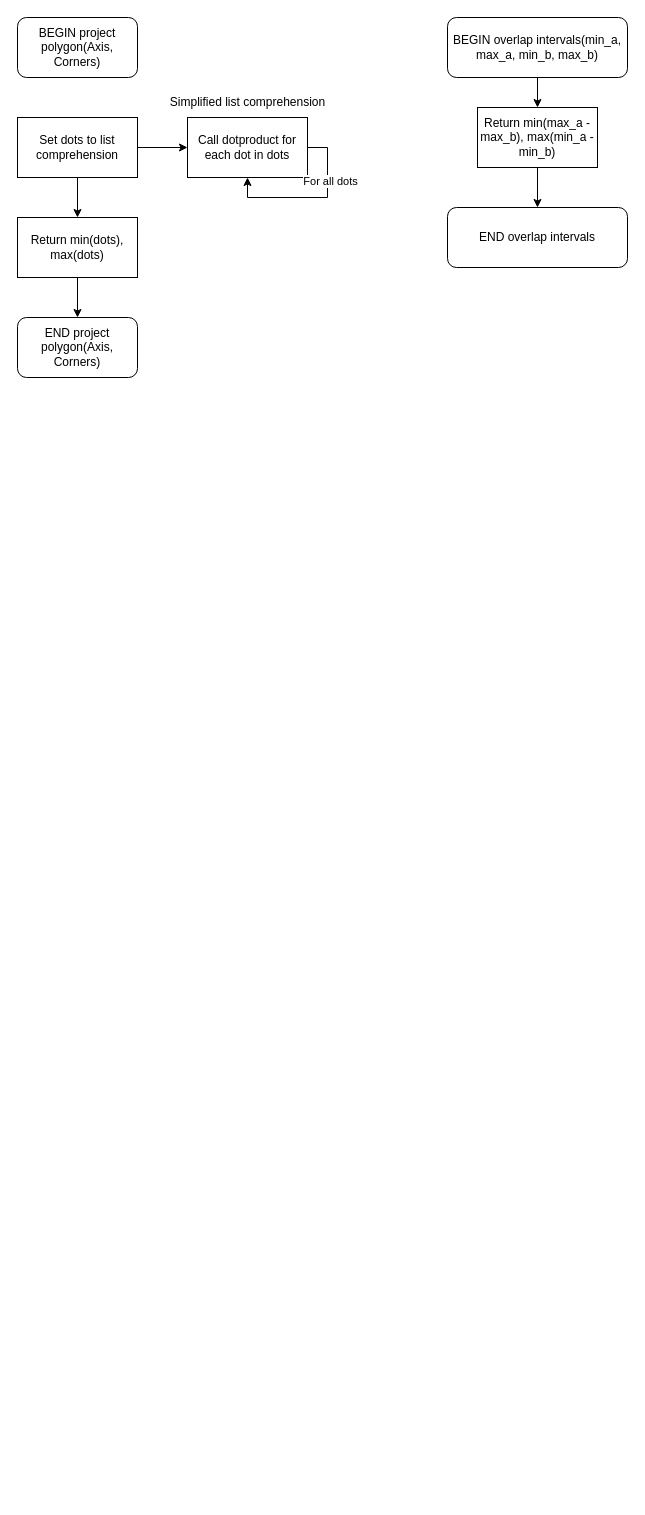
Before: sat.drawio in sub-arctic/software-task-1, a draw.io diagram. Source tidied: cells renumbered, new cells numbered last; positions are measured from the earlier drawing's top-left corner, leaving out a move shared by most shapes. Both pictures are drawn from the tidied source at 100%, with x=0, y=0 at pixel (17, 17).
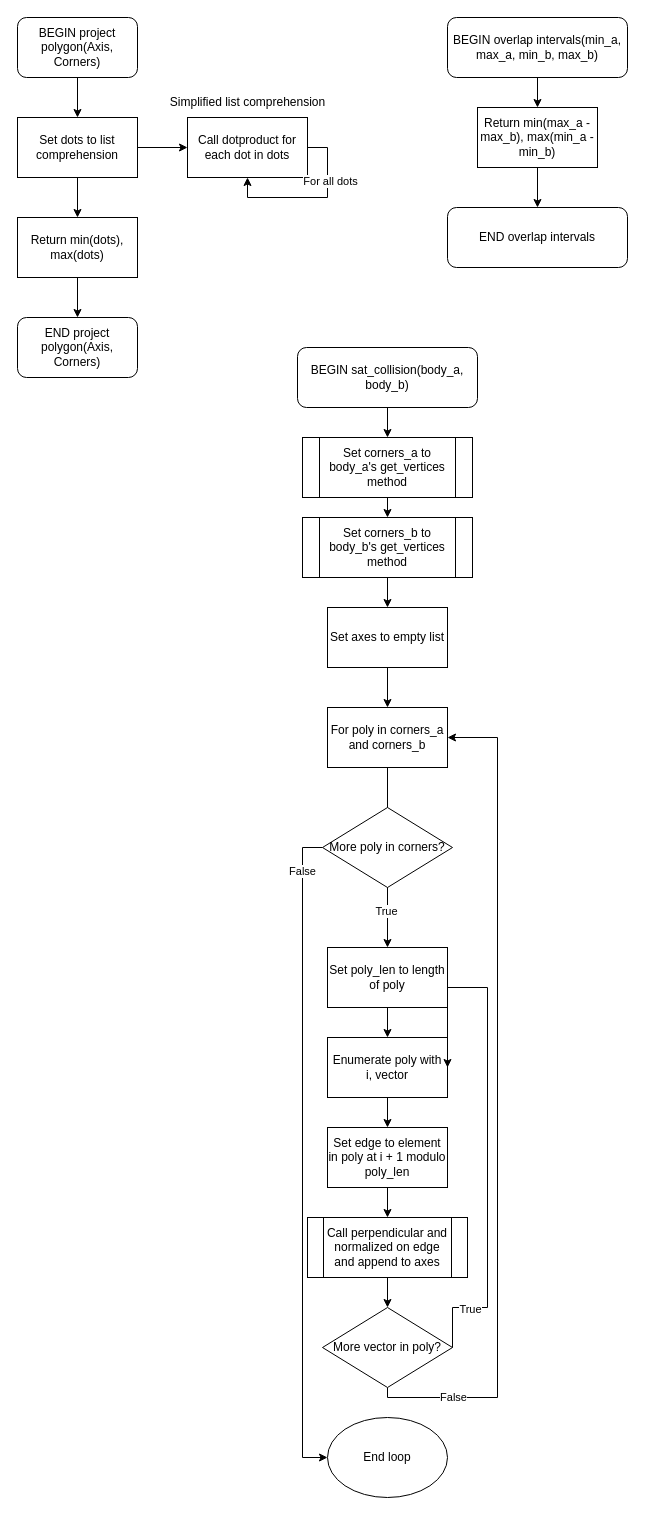
After the change.

The change refers to these unchanged cells:
```xml
<mxCell id="2" value="BEGIN project polygon(Axis, Corners)" style="rounded=1;whiteSpace=wrap;html=1;" parent="1" vertex="1">
  <mxGeometry width="120" height="60" as="geometry" />
</mxCell>
<mxCell id="5" value="Set dots to list comprehension" style="rounded=0;whiteSpace=wrap;html=1;" parent="1" vertex="1">
  <mxGeometry y="100" width="120" height="60" as="geometry" />
</mxCell>
```

The edit, as a diff of the source:
```diff
@@
+    <mxCell id="18" style="edgeStyle=orthogonalEdgeStyle;rounded=0;jettySize=auto;html=1;exitX=0.5;exitY=1;exitDx=0;exitDy=0;entryX=0.5;entryY=0;entryDx=0;entryDy=0;" parent="1" edge="1" source="2" target="5">
+      <mxGeometry relative="1" as="geometry" />
+    </mxCell>
@@
+    <mxCell id="19" style="edgeStyle=orthogonalEdgeStyle;rounded=0;jettySize=auto;html=1;exitX=0.5;exitY=1;exitDx=0;exitDy=0;entryX=0.5;entryY=0;entryDx=0;entryDy=0;" parent="1" edge="1" source="20" target="22">
+      <mxGeometry relative="1" as="geometry" />
+    </mxCell>
+    <mxCell id="20" value="BEGIN sat_collision(body_a, body_b)" style="rounded=1;whiteSpace=wrap;html=1;" parent="1" vertex="1">
+      <mxGeometry x="280" y="330" width="180" height="60" as="geometry" />
+    </mxCell>
+    <mxCell id="21" style="edgeStyle=orthogonalEdgeStyle;rounded=0;jettySize=auto;html=1;exitX=0.5;exitY=1;exitDx=0;exitDy=0;entryX=0.5;entryY=0;entryDx=0;entryDy=0;" parent="1" edge="1" source="22" target="24">
+      <mxGeometry relative="1" as="geometry" />
+    </mxCell>
+    <mxCell id="22" value="Set corners_a to body_a's get_vertices method" style="shape=process;whiteSpace=wrap;html=1;backgroundOutline=1;" parent="1" vertex="1">
+      <mxGeometry x="285" y="420" width="170" height="60" as="geometry" />
+    </mxCell>
+    <mxCell id="23" style="edgeStyle=orthogonalEdgeStyle;rounded=0;jettySize=auto;html=1;exitX=0.5;exitY=1;exitDx=0;exitDy=0;entryX=0.5;entryY=0;entryDx=0;entryDy=0;" parent="1" edge="1" source="24" target="26">
+      <mxGeometry relative="1" as="geometry" />
+    </mxCell>
+    <mxCell id="24" value="Set corners_b to body_b's get_vertices method" style="shape=process;whiteSpace=wrap;html=1;backgroundOutline=1;" parent="1" vertex="1">
+      <mxGeometry x="285" y="500" width="170" height="60" as="geometry" />
+    </mxCell>
+    <mxCell id="25" style="edgeStyle=orthogonalEdgeStyle;rounded=0;jettySize=auto;html=1;exitX=0.5;exitY=1;exitDx=0;exitDy=0;entryX=0.5;entryY=0;entryDx=0;entryDy=0;" parent="1" edge="1" source="26" target="29">
+      <mxGeometry relative="1" as="geometry" />
+    </mxCell>
+    <mxCell id="26" value="Set axes to empty list" style="rounded=0;whiteSpace=wrap;html=1;" parent="1" vertex="1">
+      <mxGeometry x="310" y="590" width="120" height="60" as="geometry" />
+    </mxCell>
+    <mxCell id="27" style="edgeStyle=orthogonalEdgeStyle;rounded=0;jettySize=auto;html=1;exitX=0.5;exitY=1;exitDx=0;exitDy=0;entryX=0.5;entryY=0;entryDx=0;entryDy=0;" parent="1" edge="1" source="29" target="35">
+      <mxGeometry relative="1" as="geometry" />
+    </mxCell>
+    <mxCell id="28" value="True" style="edgeLabel;html=1;align=center;verticalAlign=middle;" parent="27" vertex="1">
+      <mxGeometry x="0.59" y="-2" relative="1" as="geometry" />
+    </mxCell>
+    <mxCell id="29" value="For poly in corners_a and corners_b" style="rounded=0;whiteSpace=wrap;html=1;" parent="1" vertex="1">
+      <mxGeometry x="310" y="690" width="120" height="60" as="geometry" />
+    </mxCell>
+    <mxCell id="30" style="edgeStyle=orthogonalEdgeStyle;rounded=0;jettySize=auto;html=1;exitX=0.5;exitY=1;exitDx=0;exitDy=0;entryX=0.5;entryY=0;entryDx=0;entryDy=0;" parent="1" edge="1" source="31" target="33">
+      <mxGeometry relative="1" as="geometry" />
+    </mxCell>
+    <mxCell id="31" value="Enumerate poly with i, vector" style="rounded=0;whiteSpace=wrap;html=1;" parent="1" vertex="1">
+      <mxGeometry x="310" y="1020" width="120" height="60" as="geometry" />
+    </mxCell>
+    <mxCell id="32" style="edgeStyle=orthogonalEdgeStyle;rounded=0;jettySize=auto;html=1;exitX=0.5;exitY=1;exitDx=0;exitDy=0;entryX=0.5;entryY=0;entryDx=0;entryDy=0;" parent="1" edge="1" source="33" target="37">
+      <mxGeometry relative="1" as="geometry" />
+    </mxCell>
+    <mxCell id="33" value="Set edge to element in poly at i + 1 modulo poly_len " style="rounded=0;whiteSpace=wrap;html=1;" parent="1" vertex="1">
+      <mxGeometry x="310" y="1110" width="120" height="60" as="geometry" />
+    </mxCell>
+    <mxCell id="34" style="edgeStyle=orthogonalEdgeStyle;rounded=0;jettySize=auto;html=1;exitX=0.5;exitY=1;exitDx=0;exitDy=0;entryX=0.5;entryY=0;entryDx=0;entryDy=0;" parent="1" edge="1" source="35" target="31">
+      <mxGeometry relative="1" as="geometry" />
+    </mxCell>
+    <mxCell id="35" value="&lt;div&gt;Set poly_len to length of poly&lt;/div&gt;" style="rounded=0;whiteSpace=wrap;html=1;" parent="1" vertex="1">
+      <mxGeometry x="310" y="930" width="120" height="60" as="geometry" />
+    </mxCell>
+    <mxCell id="36" style="edgeStyle=orthogonalEdgeStyle;rounded=0;jettySize=auto;html=1;exitX=0.5;exitY=1;exitDx=0;exitDy=0;entryX=0.5;entryY=0;entryDx=0;entryDy=0;" parent="1" edge="1" source="37" target="42">
+      <mxGeometry relative="1" as="geometry" />
+    </mxCell>
+    <mxCell id="37" value="Call perpendicular and normalized on edge and append to axes" style="shape=process;whiteSpace=wrap;html=1;backgroundOutline=1;" parent="1" vertex="1">
+      <mxGeometry x="290" y="1200" width="160" height="60" as="geometry" />
+    </mxCell>
+    <mxCell id="38" style="edgeStyle=orthogonalEdgeStyle;rounded=0;jettySize=auto;html=1;exitX=1;exitY=0.5;exitDx=0;exitDy=0;entryX=1;entryY=0.5;entryDx=0;entryDy=0;" parent="1" edge="1" source="42" target="31">
+      <mxGeometry relative="1" as="geometry">
+        <Array as="points">
+          <mxPoint x="435" y="1290" />
+          <mxPoint x="470" y="1290" />
+          <mxPoint x="470" y="970" />
+          <mxPoint x="430" y="970" />
+        </Array>
+      </mxGeometry>
+    </mxCell>
+    <mxCell id="39" value="True" style="edgeLabel;html=1;align=center;verticalAlign=middle;" parent="38" vertex="1">
+      <mxGeometry x="-0.78" y="-1" relative="1" as="geometry" />
+    </mxCell>
+    <mxCell id="40" style="edgeStyle=orthogonalEdgeStyle;rounded=0;jettySize=auto;html=1;exitX=0.5;exitY=1;exitDx=0;exitDy=0;entryX=1;entryY=0.5;entryDx=0;entryDy=0;" parent="1" edge="1" source="42" target="29">
+      <mxGeometry relative="1" as="geometry">
+        <Array as="points">
+          <mxPoint x="370" y="1380" />
+          <mxPoint x="480" y="1380" />
+          <mxPoint x="480" y="720" />
+        </Array>
+      </mxGeometry>
+    </mxCell>
+    <mxCell id="41" value="False" style="edgeLabel;html=1;align=center;verticalAlign=middle;" parent="40" vertex="1">
+      <mxGeometry x="-0.82" y="1" relative="1" as="geometry" />
+    </mxCell>
+    <mxCell id="42" value="More vector in poly?" style="rhombus;whiteSpace=wrap;html=1;" parent="1" vertex="1">
+      <mxGeometry x="305" y="1290" width="130" height="80" as="geometry" />
+    </mxCell>
+    <mxCell id="43" style="edgeStyle=orthogonalEdgeStyle;rounded=0;jettySize=auto;html=1;exitX=0;exitY=0.5;exitDx=0;exitDy=0;entryX=0;entryY=0.5;entryDx=0;entryDy=0;" parent="1" edge="1" source="45" target="46">
+      <mxGeometry relative="1" as="geometry" />
+    </mxCell>
+    <mxCell id="44" value="False" style="edgeLabel;html=1;align=center;verticalAlign=middle;" parent="43" vertex="1">
+      <mxGeometry x="-0.87" y="-1" relative="1" as="geometry" />
+    </mxCell>
+    <mxCell id="45" value="More poly in corners?" style="rhombus;whiteSpace=wrap;html=1;" parent="1" vertex="1">
+      <mxGeometry x="305" y="790" width="130" height="80" as="geometry" />
+    </mxCell>
+    <mxCell id="46" value="End loop" style="ellipse;whiteSpace=wrap;html=1;" parent="1" vertex="1">
+      <mxGeometry x="310" y="1400" width="120" height="80" as="geometry" />
+    </mxCell>
```
